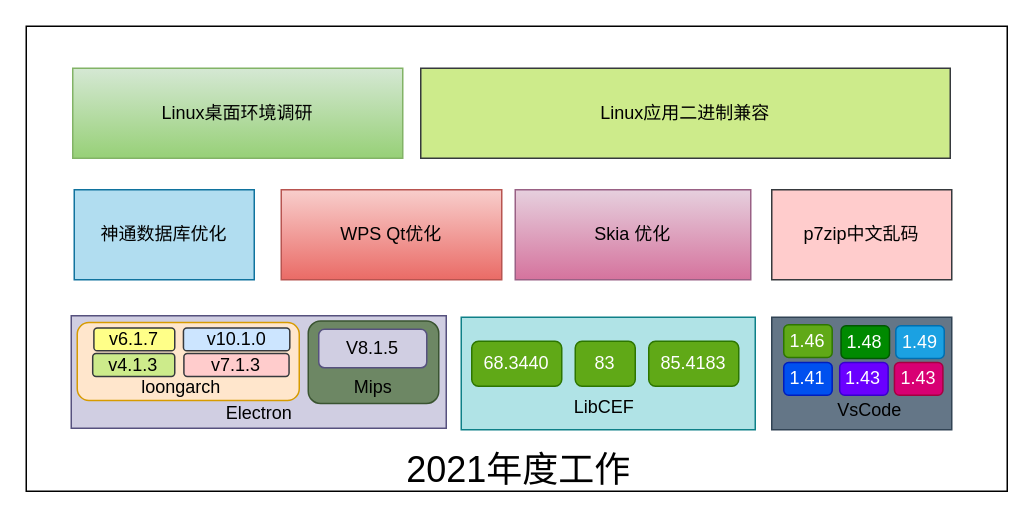
Before: 年度工作.drawio in Doorer/draw.io-1, a draw.io diagram. Source tidied: cells renumbered, new cells numbered last; positions are measured from the earlier drawing's top-left corner, leaving out a move shared by most shapes. Both pictures are drawn from the tidied source at 150%, with x=0, y=0 at pixel (26, 26).
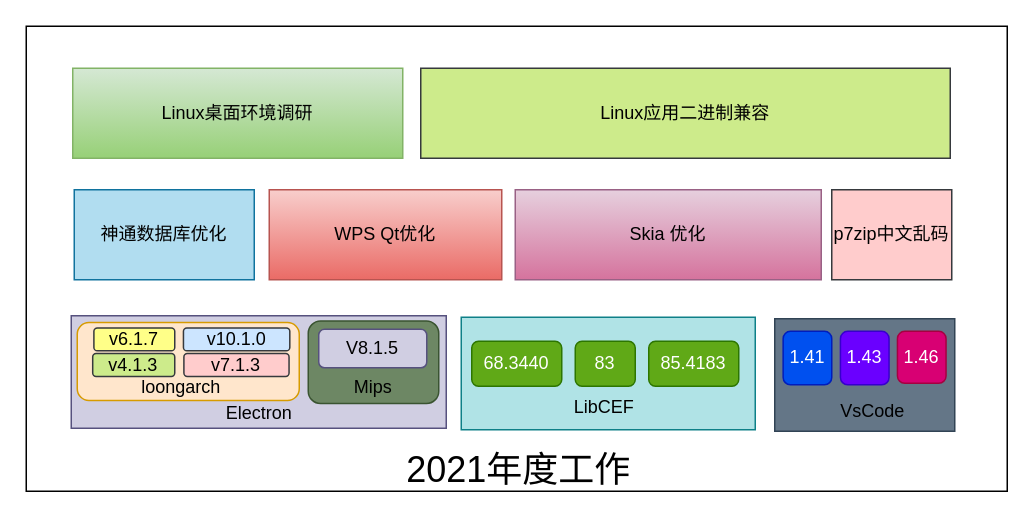
Above is the later version.

Commit message:
更新年度工作.drawio

Change to the diagram source:
```diff
@@
-    <mxCell id="3" style="rounded=0;whiteSpace=wrap;html=1;fillColor=#647687;strokeColor=#314354;fontColor=#ffffff;" parent="1" vertex="1">
-      <mxGeometry x="497" y="194" width="120" height="75" as="geometry" />
-    </mxCell>
@@
     <mxCell id="5" value="WPS Qt优化" style="rounded=0;whiteSpace=wrap;html=1;fillColor=#f8cecc;strokeColor=#b85450;gradientColor=#ea6b66;" parent="1" vertex="1">
-      <mxGeometry x="170" y="109" width="147" height="60" as="geometry" />
+      <mxGeometry x="162" y="109" width="155" height="60" as="geometry" />
     </mxCell>
     <mxCell id="6" value="Skia 优化" style="rounded=0;whiteSpace=wrap;html=1;fillColor=#e6d0de;gradientColor=#d5739d;strokeColor=#996185;" parent="1" vertex="1">
-      <mxGeometry x="326" y="109" width="157" height="60" as="geometry" />
+      <mxGeometry x="326" y="109" width="204" height="60" as="geometry" />
     </mxCell>
@@
     <mxCell id="8" value="p7zip中文乱码" style="rounded=0;whiteSpace=wrap;html=1;fillColor=#ffcccc;strokeColor=#36393d;" parent="1" vertex="1">
-      <mxGeometry x="497" y="109" width="120" height="60" as="geometry" />
+      <mxGeometry x="537" y="109" width="80" height="60" as="geometry" />
     </mxCell>
@@
-    <mxCell id="15" value="VsCode" style="text;html=1;align=center;verticalAlign=middle;fillColor=none;strokeColor=none;rounded=0;fontColor=#000000;" parent="1" vertex="1">
-      <mxGeometry x="535" y="247" width="53" height="18" as="geometry" />
-    </mxCell>
-    <mxCell id="16" style="group;" parent="1" vertex="1">
-      <mxGeometry x="505" y="199" width="107" height="47" as="geometry" />
-    </mxCell>
-    <mxCell id="17" value="1.48" style="rounded=1;whiteSpace=wrap;html=1;fontColor=#ffffff;fillColor=#008a00;strokeColor=#005700;" parent="16" vertex="1">
-      <mxGeometry x="38.2" y="0.7" width="32.3" height="21.8" as="geometry" />
-    </mxCell>
-    <mxCell id="18" value="1.49" style="rounded=1;whiteSpace=wrap;html=1;fontColor=#ffffff;fillColor=#1ba1e2;strokeColor=#006EAF;" parent="16" vertex="1">
-      <mxGeometry x="74.7" y="0.7" width="32.3" height="21.8" as="geometry" />
-    </mxCell>
-    <mxCell id="19" value="1.46" style="rounded=1;whiteSpace=wrap;html=1;fontColor=#ffffff;fillColor=#60a917;strokeColor=#2D7600;" parent="16" vertex="1">
-      <mxGeometry width="32.3" height="21.8" as="geometry" />
-    </mxCell>
-    <mxCell id="20" value="1.43" style="rounded=1;whiteSpace=wrap;html=1;fontColor=#ffffff;fillColor=#6a00ff;strokeColor=#3700CC;" parent="16" vertex="1">
-      <mxGeometry x="37.3" y="25.2" width="32.3" height="21.8" as="geometry" />
-    </mxCell>
-    <mxCell id="21" value="1.43" style="rounded=1;whiteSpace=wrap;html=1;fontColor=#ffffff;fillColor=#d80073;strokeColor=#A50040;" parent="16" vertex="1">
-      <mxGeometry x="73.8" y="25.2" width="32.3" height="21.8" as="geometry" />
-    </mxCell>
-    <mxCell id="22" value="1.41" style="rounded=1;whiteSpace=wrap;html=1;fontColor=#ffffff;fillColor=#0050ef;strokeColor=#001DBC;" parent="16" vertex="1">
-      <mxGeometry y="25.2" width="32.3" height="21.8" as="geometry" />
-    </mxCell>
@@
+    <mxCell id="38" style="group;" parent="1" vertex="1">
+      <mxGeometry x="499" y="195" width="120" height="75" as="geometry" />
+    </mxCell>
+    <mxCell id="3" style="rounded=0;whiteSpace=wrap;html=1;fillColor=#647687;strokeColor=#314354;fontColor=#ffffff;" parent="38" vertex="1">
+      <mxGeometry width="120" height="75" as="geometry" />
+    </mxCell>
+    <mxCell id="15" value="VsCode" style="text;html=1;align=center;verticalAlign=middle;fillColor=none;strokeColor=none;rounded=0;fontColor=#000000;" parent="38" vertex="1">
+      <mxGeometry x="38" y="53" width="53" height="18" as="geometry" />
+    </mxCell>
+    <mxCell id="20" value="1.43" style="rounded=1;whiteSpace=wrap;html=1;fontColor=#ffffff;fillColor=#6a00ff;strokeColor=#3700CC;" parent="38" vertex="1">
+      <mxGeometry x="43.8" y="8.4" width="32.4" height="35.6" as="geometry" />
+    </mxCell>
+    <mxCell id="21" value="1.46" style="rounded=1;whiteSpace=wrap;html=1;fontColor=#ffffff;fillColor=#d80073;strokeColor=#A50040;" parent="38" vertex="1">
+      <mxGeometry x="81.8" y="8.4" width="32.4" height="34.6" as="geometry" />
+    </mxCell>
+    <mxCell id="22" value="1.41" style="rounded=1;whiteSpace=wrap;html=1;fontColor=#ffffff;fillColor=#0050ef;strokeColor=#001DBC;" parent="38" vertex="1">
+      <mxGeometry x="5.6" y="8.4" width="32.4" height="35.6" as="geometry" />
+    </mxCell>
```
